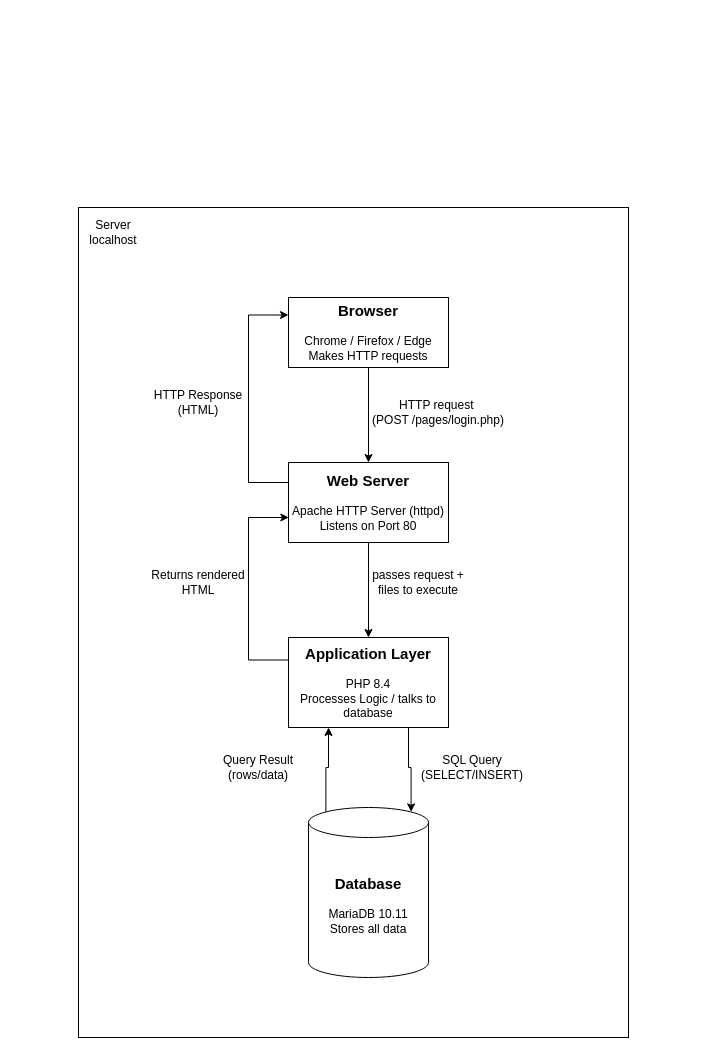
Above: DIAGRAMS/01-system-architecture.drawio in kedrick07/sample-tracking-system (draw.io), before the change. Source tidied: cells renumbered, new cells numbered last; positions are measured from the earlier drawing's top-left corner, leaving out a move shared by most shapes. Both pictures are drawn from the tidied source at 100%, with x=0, y=0 at pixel (58, 207).
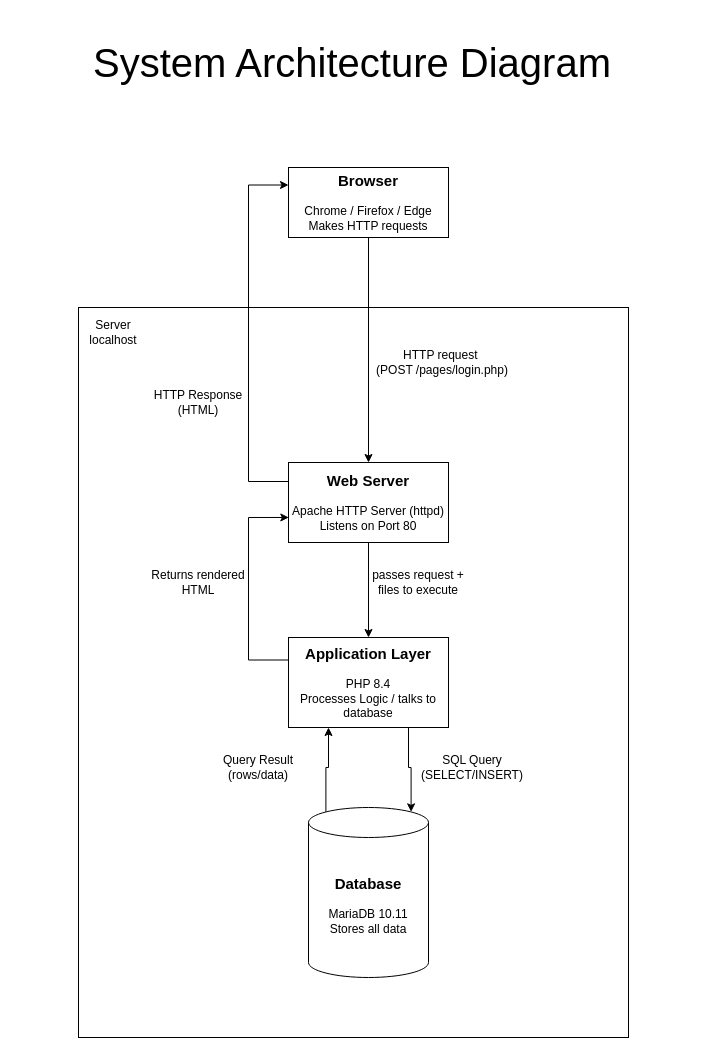
The same diagram, later.

Unchanged cells that the change refers to:
```xml
<mxCell id="7" value="&lt;div style=&quot;&quot;&gt;&lt;b&gt;&lt;font style=&quot;font-size: 15px;&quot;&gt;Web Server&lt;/font&gt;&lt;/b&gt;&lt;/div&gt;&lt;div style=&quot;&quot;&gt;&lt;br&gt;&lt;/div&gt;&lt;div style=&quot;&quot;&gt;&lt;span style=&quot;background-color: transparent; color: light-dark(rgb(0, 0, 0), rgb(255, 255, 255));&quot;&gt;Apache HTTP Server (httpd)&lt;/span&gt;&lt;/div&gt;&lt;div&gt;Listens on Port 80&lt;/div&gt;" style="rounded=0;whiteSpace=wrap;html=1;align=center;" parent="1" vertex="1">
  <mxGeometry x="230" y="255" width="160" height="80" as="geometry" />
</mxCell>
```

Change to the diagram source:
```diff
@@
     <mxCell id="2" style="rounded=0;whiteSpace=wrap;html=1;align=left;" parent="1" vertex="1">
-      <mxGeometry x="20" width="550" height="830" as="geometry" />
+      <mxGeometry x="20" y="100" width="550" height="730" as="geometry" />
     </mxCell>
@@
     <mxCell id="4" value="&lt;div style=&quot;&quot;&gt;&lt;span style=&quot;background-color: transparent; color: light-dark(rgb(0, 0, 0), rgb(255, 255, 255));&quot;&gt;&lt;b&gt;&lt;font style=&quot;font-size: 15px;&quot;&gt;Browser&lt;/font&gt;&lt;/b&gt;&lt;/span&gt;&lt;/div&gt;&lt;div style=&quot;&quot;&gt;&lt;span style=&quot;background-color: transparent; color: light-dark(rgb(0, 0, 0), rgb(255, 255, 255));&quot;&gt;&lt;br&gt;&lt;/span&gt;&lt;/div&gt;&lt;div&gt;Chrome / Firefox / Edge&lt;/div&gt;&lt;div&gt;Makes HTTP requests&lt;/div&gt;" style="rounded=0;whiteSpace=wrap;html=1;align=center;" parent="1" vertex="1">
-      <mxGeometry x="230" y="90" width="160" height="70" as="geometry" />
+      <mxGeometry x="230" y="-40" width="160" height="70" as="geometry" />
     </mxCell>
@@
     <mxCell id="6" style="edgeStyle=orthogonalEdgeStyle;rounded=0;jettySize=auto;html=1;exitX=0;exitY=0.25;exitDx=0;exitDy=0;entryX=0;entryY=0.25;entryDx=0;entryDy=0;" parent="1" edge="1" source="7" target="4">
       <mxGeometry relative="1" as="geometry">
         <Array as="points">
-          <mxPoint x="190" y="275" />
-          <mxPoint x="190" y="108" />
+          <mxPoint x="190" y="274" />
+          <mxPoint x="190" y="-23" />
         </Array>
       </mxGeometry>
     </mxCell>
@@
     <mxCell id="11" value="HTTP request&amp;nbsp;&lt;div&gt;(POST /pages/login.php)&lt;/div&gt;" style="text;html=1;whiteSpace=wrap;strokeColor=none;fillColor=none;align=center;verticalAlign=middle;rounded=0;" parent="1" vertex="1">
-      <mxGeometry x="300" y="190" width="160" height="30" as="geometry" />
+      <mxGeometry x="304" y="140" width="160" height="30" as="geometry" />
     </mxCell>
@@
     <mxCell id="19" value="Server&lt;div&gt;localhost&lt;/div&gt;" style="text;html=1;whiteSpace=wrap;strokeColor=none;fillColor=none;align=center;verticalAlign=middle;rounded=0;" parent="1" vertex="1">
-      <mxGeometry width="110" height="50" as="geometry" />
+      <mxGeometry y="100" width="110" height="50" as="geometry" />
     </mxCell>
+    <mxCell id="20" value="&lt;font style=&quot;font-size: 40px;&quot;&gt;System Architecture Diagram&lt;/font&gt;" style="text;html=1;whiteSpace=wrap;strokeColor=none;fillColor=none;align=center;verticalAlign=middle;rounded=0;" parent="1" vertex="1">
+      <mxGeometry x="-41" y="-190" width="670" height="90" as="geometry" />
+    </mxCell>
```
